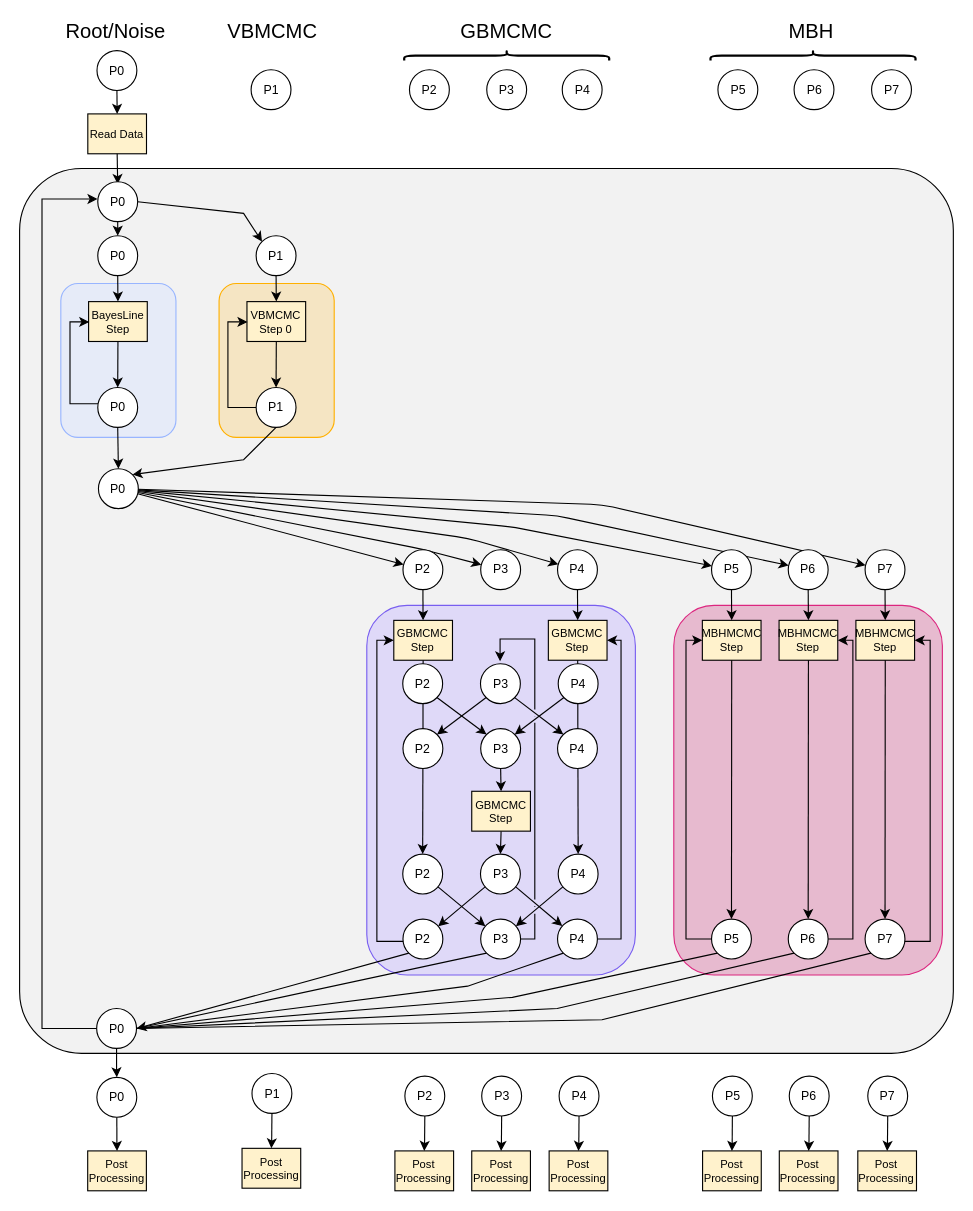
Earlier version of the draw.io diagram GlobalFit.drawio (tlittenberg/ldasoft). Source tidied: cells renumbered, new cells numbered last; positions are measured from the earlier drawing's top-left corner, leaving out a move shared by most shapes. Both pictures are drawn from the tidied source at 112%, with x=0, y=0 at pixel (19, 21).
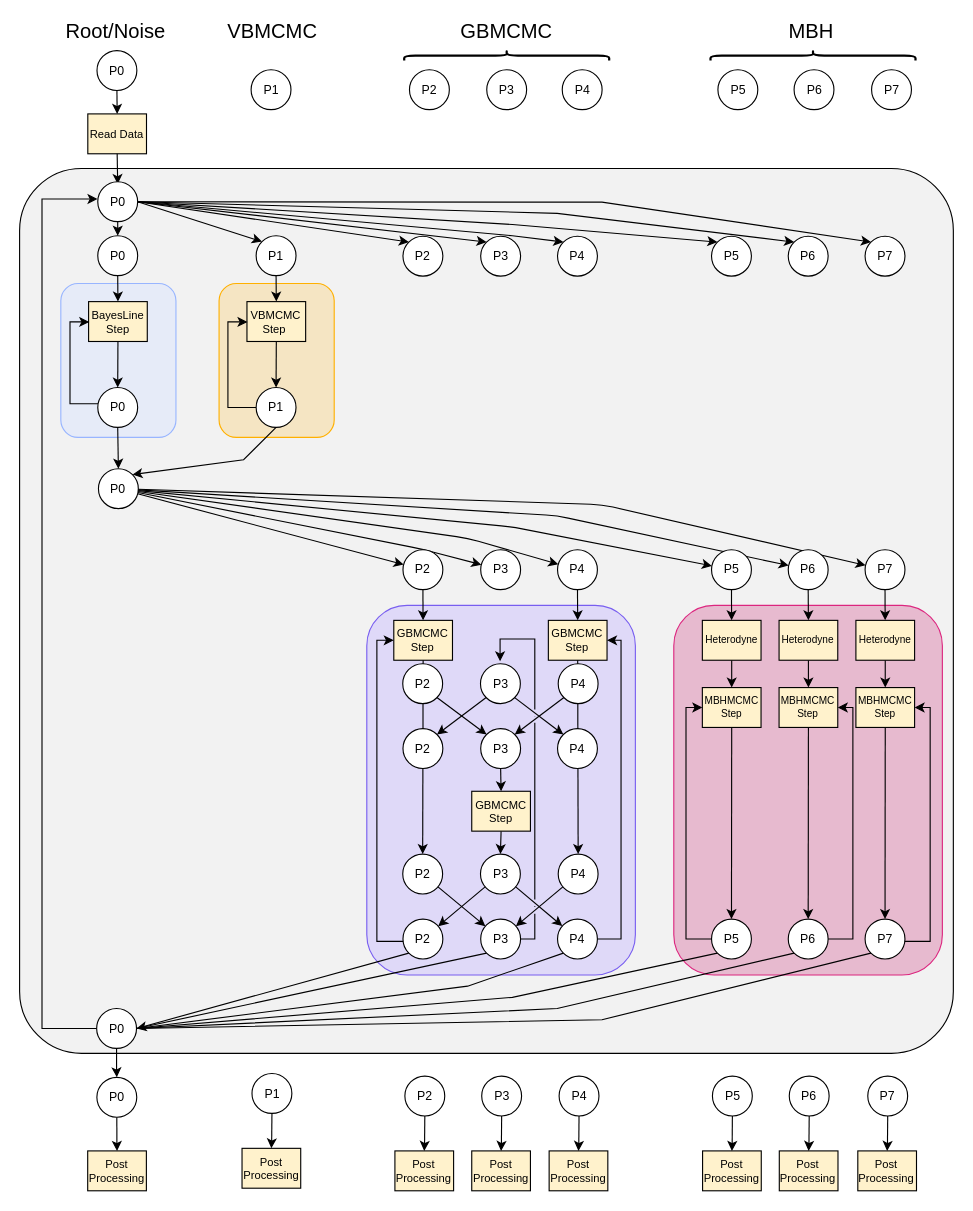
The same page after the edit.

Unchanged cells that the change refers to:
```xml
<mxCell id="33" value="P5" style="ellipse;whiteSpace=wrap;html=1;fontSize=11;" parent="1" vertex="1">
  <mxGeometry x="617.8" y="801.1" width="35.6" height="35.6" as="geometry" />
</mxCell>
<mxCell id="36" value="P6" style="ellipse;whiteSpace=wrap;html=1;fontSize=11;" parent="1" vertex="1">
  <mxGeometry x="686.3" y="801.1" width="35.6" height="35.6" as="geometry" />
</mxCell>
<mxCell id="39" value="P7" style="ellipse;whiteSpace=wrap;html=1;fontSize=11;" parent="1" vertex="1">
  <mxGeometry x="754.9" y="801.1" width="35.6" height="35.6" as="geometry" />
</mxCell>
<mxCell id="71" value="P5" style="ellipse;whiteSpace=wrap;html=1;fontSize=11;" parent="1" vertex="1">
  <mxGeometry x="617.8" y="471.4" width="35.6" height="35.6" as="geometry" />
</mxCell>
<mxCell id="72" value="P6" style="ellipse;whiteSpace=wrap;html=1;fontSize=11;" parent="1" vertex="1">
  <mxGeometry x="686.3" y="471.4" width="35.6" height="35.6" as="geometry" />
</mxCell>
<mxCell id="73" value="P7" style="ellipse;whiteSpace=wrap;html=1;fontSize=11;" parent="1" vertex="1">
  <mxGeometry x="754.9" y="471.4" width="35.6" height="35.6" as="geometry" />
</mxCell>
<mxCell id="103" value="P0" style="ellipse;whiteSpace=wrap;html=1;fontSize=11;" parent="1" vertex="1">
  <mxGeometry x="69.8" y="142.8" width="35.6" height="35.6" as="geometry" />
</mxCell>
<mxCell id="111" value="P1" style="ellipse;whiteSpace=wrap;html=1;fontSize=11;" parent="1" vertex="1">
  <mxGeometry x="211.2" y="191" width="35.6" height="35.6" as="geometry" />
</mxCell>
```

Change to the diagram source:
```diff
@@
-    <mxCell id="25" value="MBHMCMC Step" style="rounded=0;whiteSpace=wrap;html=1;fontSize=10;fillColor=#fff2cc;" parent="1" vertex="1">
-      <mxGeometry x="609.6" y="534.4" width="52.4" height="35.6" as="geometry" />
+    <mxCell id="25" value="MBHMCMC Step" style="rounded=0;whiteSpace=wrap;html=1;fontSize=9;fillColor=#fff2cc;" parent="1" vertex="1">
+      <mxGeometry x="609.6" y="594.4" width="52.4" height="35.6" as="geometry" />
     </mxCell>
-    <mxCell id="26" value="MBHMCMC Step" style="rounded=0;whiteSpace=wrap;html=1;fontSize=10;fillColor=#fff2cc;" parent="1" vertex="1">
-      <mxGeometry x="678.1" y="534.4" width="52.4" height="35.6" as="geometry" />
+    <mxCell id="26" value="MBHMCMC Step" style="rounded=0;whiteSpace=wrap;html=1;fontSize=9;fillColor=#fff2cc;" parent="1" vertex="1">
+      <mxGeometry x="678.1" y="594.4" width="52.4" height="35.6" as="geometry" />
     </mxCell>
-    <mxCell id="27" value="MBHMCMC Step" style="rounded=0;whiteSpace=wrap;html=1;fontSize=10;fillColor=#fff2cc;" parent="1" vertex="1">
-      <mxGeometry x="746.7" y="534.4" width="52.4" height="35.6" as="geometry" />
+    <mxCell id="27" value="MBHMCMC Step" style="rounded=0;whiteSpace=wrap;html=1;fontSize=9;fillColor=#fff2cc;" parent="1" vertex="1">
+      <mxGeometry x="746.7" y="594.4" width="52.4" height="35.6" as="geometry" />
     </mxCell>
-    <mxCell id="28" style="endArrow=classic;html=1;labelBackgroundColor=none;fontSize=11;entryX=0.5;entryY=0;entryDx=0;entryDy=0;" parent="1" edge="1" source="71" target="25">
-      <mxGeometry x="-314.7" y="-866.3" as="geometry" />
-    </mxCell>
-    <mxCell id="29" style="endArrow=classic;html=1;labelBackgroundColor=none;fontSize=11;entryX=0.5;entryY=0;entryDx=0;entryDy=0;" parent="1" edge="1" source="72" target="26">
-      <mxGeometry x="-317.2" y="-866.3" as="geometry" />
-    </mxCell>
-    <mxCell id="30" style="endArrow=classic;html=1;labelBackgroundColor=none;fontSize=11;entryX=0.5;entryY=0;entryDx=0;entryDy=0;" parent="1" edge="1" source="73" target="27">
-      <mxGeometry x="-319.8" y="-866.3" as="geometry" />
-    </mxCell>
     <mxCell id="31" style="edgeStyle=orthogonalEdgeStyle;rounded=0;jettySize=auto;html=1;entryX=0;entryY=0.5;entryDx=0;entryDy=0;labelBackgroundColor=none;fontSize=11;" parent="1" edge="1" source="33" target="25">
       <mxGeometry x="-313.5" y="-784.5" as="geometry">
         <Array as="points">
           <mxPoint x="595" y="819" />
-          <mxPoint x="595" y="552" />
+          <mxPoint x="595" y="612" />
         </Array>
       </mxGeometry>
     </mxCell>
@@
     <mxCell id="34" style="edgeStyle=orthogonalEdgeStyle;rounded=0;jettySize=auto;html=1;entryX=1;entryY=0.5;entryDx=0;entryDy=0;labelBackgroundColor=none;fontSize=11;" parent="1" edge="1" source="36" target="26">
       <mxGeometry x="-316.1" y="-784.5" as="geometry">
         <Array as="points">
           <mxPoint x="744" y="819" />
-          <mxPoint x="744" y="552" />
+          <mxPoint x="744" y="612" />
         </Array>
       </mxGeometry>
     </mxCell>
@@
     <mxCell id="37" style="edgeStyle=orthogonalEdgeStyle;rounded=0;jettySize=auto;html=1;entryX=1;entryY=0.5;entryDx=0;entryDy=0;labelBackgroundColor=none;fontSize=11;" parent="1" edge="1" source="39" target="27">
       <mxGeometry x="-318.7" y="-784.5" as="geometry">
         <Array as="points">
           <mxPoint x="813" y="821" />
-          <mxPoint x="813" y="552" />
+          <mxPoint x="813" y="612" />
         </Array>
       </mxGeometry>
     </mxCell>
@@
+    <mxCell id="134" style="edgeStyle=none;rounded=0;jettySize=auto;html=1;exitX=0.5;exitY=1;exitDx=0;exitDy=0;endArrow=classic;endFill=1;" parent="1" edge="1" source="71" target="150">
+      <mxGeometry relative="1" as="geometry" />
+    </mxCell>
@@
+    <mxCell id="135" style="edgeStyle=none;rounded=0;jettySize=auto;html=1;exitX=0.5;exitY=1;exitDx=0;exitDy=0;entryX=0.5;entryY=0;entryDx=0;entryDy=0;endArrow=classic;endFill=1;" parent="1" edge="1" source="72" target="152">
+      <mxGeometry relative="1" as="geometry" />
+    </mxCell>
@@
+    <mxCell id="136" style="edgeStyle=none;rounded=0;jettySize=auto;html=1;exitX=0.5;exitY=1;exitDx=0;exitDy=0;endArrow=classic;endFill=1;" parent="1" edge="1" source="73" target="154">
+      <mxGeometry relative="1" as="geometry" />
+    </mxCell>
@@
     <mxCell id="102" style="rounded=0;jettySize=auto;html=1;exitX=1;exitY=0.5;exitDx=0;exitDy=0;entryX=0;entryY=0;entryDx=0;entryDy=0;" parent="1" edge="1" source="103" target="111">
-      <mxGeometry relative="1" as="geometry">
-        <Array as="points">
-          <mxPoint x="200" y="171" />
-        </Array>
-      </mxGeometry>
+      <mxGeometry relative="1" as="geometry" />
     </mxCell>
+    <mxCell id="137" style="edgeStyle=none;rounded=0;jettySize=auto;html=1;exitX=1;exitY=0.5;exitDx=0;exitDy=0;entryX=0;entryY=0;entryDx=0;entryDy=0;endArrow=classic;endFill=1;" parent="1" edge="1" source="103" target="143">
+      <mxGeometry relative="1" as="geometry" />
+    </mxCell>
+    <mxCell id="138" style="edgeStyle=none;rounded=0;jettySize=auto;html=1;exitX=1;exitY=0.5;exitDx=0;exitDy=0;entryX=0;entryY=0;entryDx=0;entryDy=0;endArrow=classic;endFill=1;" parent="1" edge="1" source="103" target="144">
+      <mxGeometry relative="1" as="geometry" />
+    </mxCell>
+    <mxCell id="139" style="edgeStyle=none;rounded=0;jettySize=auto;html=1;exitX=1;exitY=0.5;exitDx=0;exitDy=0;entryX=0;entryY=0;entryDx=0;entryDy=0;endArrow=classic;endFill=1;" parent="1" edge="1" source="103" target="145">
+      <mxGeometry relative="1" as="geometry">
+        <Array as="points">
+          <mxPoint x="440" y="191" />
+        </Array>
+      </mxGeometry>
+    </mxCell>
+    <mxCell id="140" style="edgeStyle=none;rounded=0;jettySize=auto;html=1;exitX=1;exitY=0.5;exitDx=0;exitDy=0;entryX=0;entryY=0;entryDx=0;entryDy=0;endArrow=classic;endFill=1;" parent="1" edge="1" source="103" target="146">
+      <mxGeometry relative="1" as="geometry">
+        <Array as="points">
+          <mxPoint x="440" y="181" />
+        </Array>
+      </mxGeometry>
+    </mxCell>
+    <mxCell id="141" style="edgeStyle=none;rounded=0;jettySize=auto;html=1;exitX=1;exitY=0.5;exitDx=0;exitDy=0;entryX=0;entryY=0;entryDx=0;entryDy=0;endArrow=classic;endFill=1;" parent="1" edge="1" source="103" target="147">
+      <mxGeometry relative="1" as="geometry">
+        <Array as="points">
+          <mxPoint x="480" y="171" />
+        </Array>
+      </mxGeometry>
+    </mxCell>
+    <mxCell id="142" style="edgeStyle=none;rounded=0;jettySize=auto;html=1;exitX=1;exitY=0.5;exitDx=0;exitDy=0;entryX=0;entryY=0;entryDx=0;entryDy=0;endArrow=classic;endFill=1;" parent="1" edge="1" source="103" target="148">
+      <mxGeometry relative="1" as="geometry">
+        <Array as="points">
+          <mxPoint x="520" y="161" />
+        </Array>
+      </mxGeometry>
+    </mxCell>
@@
-    <mxCell id="112" value="VBMCMC Step 0" style="rounded=0;whiteSpace=wrap;html=1;fontSize=10;fillColor=#fff2cc;" parent="1" vertex="1">
+    <mxCell id="112" value="VBMCMC Step&amp;nbsp;" style="rounded=0;whiteSpace=wrap;html=1;fontSize=10;fillColor=#fff2cc;" parent="1" vertex="1">
       <mxGeometry x="203" y="249.8" width="52.4" height="35.6" as="geometry" />
     </mxCell>
@@
+    <mxCell id="143" value="P2" style="ellipse;whiteSpace=wrap;html=1;fontSize=11;" parent="1" vertex="1">
+      <mxGeometry x="342.3" y="191.4" width="35.6" height="35.6" as="geometry" />
+    </mxCell>
+    <mxCell id="144" value="P3" style="ellipse;whiteSpace=wrap;html=1;fontSize=11;" parent="1" vertex="1">
+      <mxGeometry x="411.7" y="191.4" width="35.6" height="35.6" as="geometry" />
+    </mxCell>
+    <mxCell id="145" value="P4" style="ellipse;whiteSpace=wrap;html=1;fontSize=11;" parent="1" vertex="1">
+      <mxGeometry x="480.3" y="191.4" width="35.6" height="35.6" as="geometry" />
+    </mxCell>
+    <mxCell id="146" value="P5" style="ellipse;whiteSpace=wrap;html=1;fontSize=11;" parent="1" vertex="1">
+      <mxGeometry x="617.8" y="191.4" width="35.6" height="35.6" as="geometry" />
+    </mxCell>
+    <mxCell id="147" value="P6" style="ellipse;whiteSpace=wrap;html=1;fontSize=11;" parent="1" vertex="1">
+      <mxGeometry x="686.3" y="191.4" width="35.6" height="35.6" as="geometry" />
+    </mxCell>
+    <mxCell id="148" value="P7" style="ellipse;whiteSpace=wrap;html=1;fontSize=11;" parent="1" vertex="1">
+      <mxGeometry x="754.9" y="191.4" width="35.6" height="35.6" as="geometry" />
+    </mxCell>
+    <mxCell id="149" style="edgeStyle=none;rounded=0;jettySize=auto;html=1;exitX=0.5;exitY=1;exitDx=0;exitDy=0;endArrow=classic;endFill=1;" parent="1" edge="1" source="150" target="25">
+      <mxGeometry relative="1" as="geometry" />
+    </mxCell>
+    <mxCell id="150" value="Heterodyne" style="rounded=0;whiteSpace=wrap;html=1;fontSize=9;fillColor=#fff2cc;" parent="1" vertex="1">
+      <mxGeometry x="609.6" y="534.4" width="52.4" height="35.6" as="geometry" />
+    </mxCell>
+    <mxCell id="151" style="edgeStyle=none;rounded=0;jettySize=auto;html=1;exitX=0.5;exitY=1;exitDx=0;exitDy=0;endArrow=classic;endFill=1;" parent="1" edge="1" source="152" target="26">
+      <mxGeometry relative="1" as="geometry" />
+    </mxCell>
+    <mxCell id="152" value="Heterodyne" style="rounded=0;whiteSpace=wrap;html=1;fontSize=9;fillColor=#fff2cc;" parent="1" vertex="1">
+      <mxGeometry x="678.1" y="534.4" width="52.4" height="35.6" as="geometry" />
+    </mxCell>
+    <mxCell id="153" style="edgeStyle=none;rounded=0;jettySize=auto;html=1;exitX=0.5;exitY=1;exitDx=0;exitDy=0;endArrow=classic;endFill=1;" parent="1" edge="1" source="154" target="27">
+      <mxGeometry relative="1" as="geometry" />
+    </mxCell>
+    <mxCell id="154" value="Heterodyne" style="rounded=0;whiteSpace=wrap;html=1;fontSize=9;fillColor=#fff2cc;" parent="1" vertex="1">
+      <mxGeometry x="746.7" y="534.4" width="52.4" height="35.6" as="geometry" />
+    </mxCell>
+    <mxCell id="155" style="edgeStyle=none;rounded=0;orthogonalLoop=1;jettySize=auto;html=1;entryX=0.5;entryY=0;entryDx=0;entryDy=0;endArrow=classic;endFill=1;" parent="1" edge="1" source="150" target="150">
+      <mxGeometry relative="1" as="geometry" />
+    </mxCell>
```
